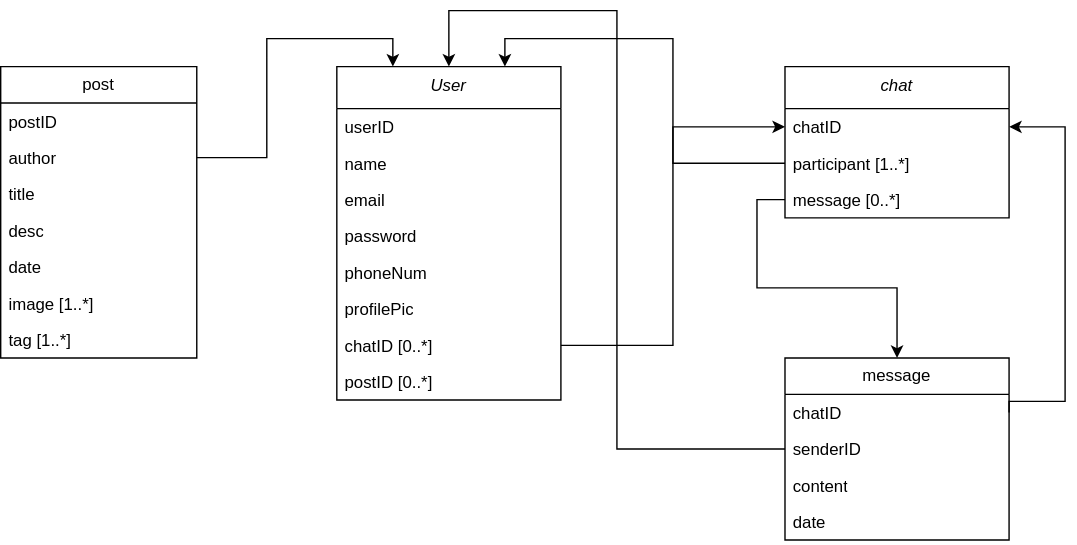
Above: PetConnect Diagram.svg in AhmadTripleA/SE-Diagrams (draw.io), before the change. Source tidied: cells renumbered, new cells last; positions are measured from the earlier drawing's top-left corner, leaving out a move shared by most shapes.
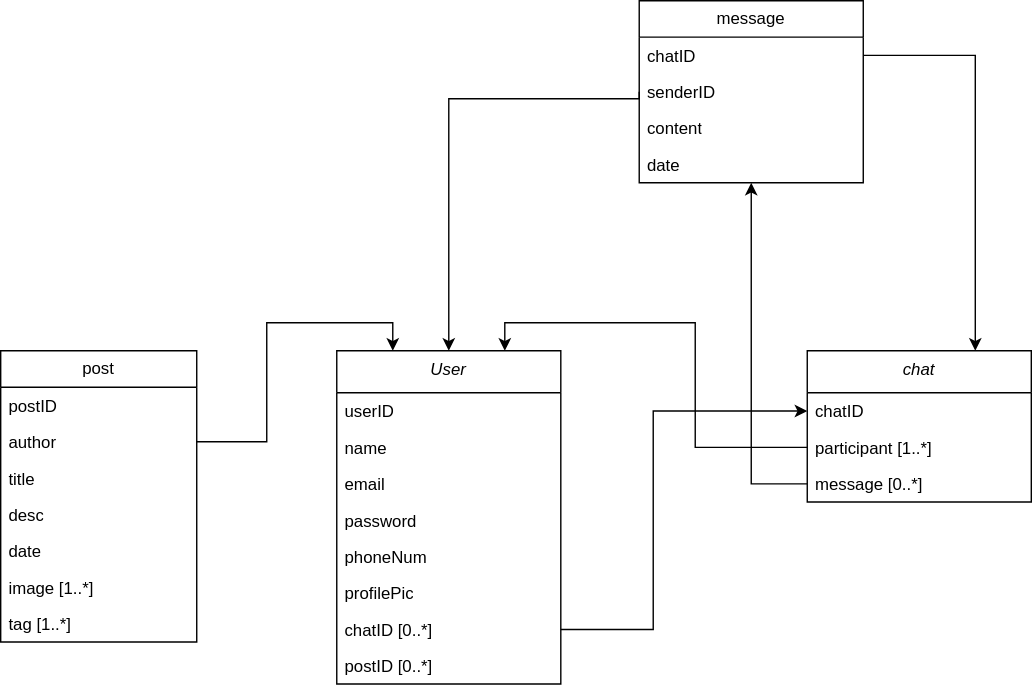
After the commit.

Diff of the diagram source:
```diff
@@ -3,7 +3,7 @@
     <mxCell id="0" />
     <mxCell id="1" parent="0" />
     <mxCell id="2" value="&lt;i style=&quot;font-weight: normal;&quot;&gt;User&lt;/i&gt;" style="swimlane;fontStyle=1;align=center;verticalAlign=top;horizontal=1;startSize=30;whiteSpace=wrap;html=1;" parent="1" vertex="1">
-      <mxGeometry x="240" y="40" width="160" height="238" as="geometry" />
+      <mxGeometry x="240" y="140" width="160" height="238" as="geometry" />
     </mxCell>
     <mxCell id="3" value="userID" style="text;strokeColor=none;fillColor=none;align=left;verticalAlign=top;spacingLeft=4;spacingRight=4;overflow=hidden;whiteSpace=wrap;html=1;" parent="2" vertex="1">
       <mxGeometry y="30" width="160" height="26" as="geometry" />
@@ -30,7 +30,7 @@
       <mxGeometry y="212" width="160" height="26" as="geometry" />
     </mxCell>
     <mxCell id="11" value="&lt;i style=&quot;font-weight: normal;&quot;&gt;chat&lt;/i&gt;" style="swimlane;fontStyle=1;align=center;verticalAlign=top;horizontal=1;startSize=30;whiteSpace=wrap;html=1;" parent="1" vertex="1">
-      <mxGeometry x="560" y="40" width="160" height="108" as="geometry" />
+      <mxGeometry x="576" y="140" width="160" height="108" as="geometry" />
     </mxCell>
     <mxCell id="12" value="chatID" style="text;strokeColor=none;fillColor=none;align=left;verticalAlign=top;spacingLeft=4;spacingRight=4;overflow=hidden;points=[[0,0.5],[1,0.5]];portConstraint=eastwest;whiteSpace=wrap;html=1;" parent="11" vertex="1">
       <mxGeometry y="30" width="160" height="26" as="geometry" />
@@ -42,10 +42,15 @@
       <mxGeometry y="82" width="160" height="26" as="geometry" />
     </mxCell>
     <mxCell id="15" style="edgeStyle=orthogonalEdgeStyle;rounded=0;jettySize=auto;html=1;exitX=1;exitY=0.5;exitDx=0;exitDy=0;" parent="1" edge="1" source="9" target="12">
-      <mxGeometry relative="1" as="geometry" />
+      <mxGeometry relative="1" as="geometry">
+        <Array as="points">
+          <mxPoint x="466" y="339" />
+          <mxPoint x="466" y="183" />
+        </Array>
+      </mxGeometry>
     </mxCell>
     <mxCell id="16" value="message" style="swimlane;fontStyle=0;horizontal=1;startSize=26;fillColor=none;whiteSpace=wrap;html=1;" parent="1" vertex="1">
-      <mxGeometry x="560" y="248" width="160" height="130" as="geometry" />
+      <mxGeometry x="456" y="-110" width="160" height="130" as="geometry" />
     </mxCell>
     <mxCell id="17" value="chatID" style="text;strokeColor=none;fillColor=none;align=left;verticalAlign=top;spacingLeft=4;spacingRight=4;overflow=hidden;points=[[0,0.5],[1,0.5]];portConstraint=eastwest;whiteSpace=wrap;html=1;" parent="16" vertex="1">
       <mxGeometry y="26" width="160" height="26" as="geometry" />
@@ -59,22 +64,20 @@
     <mxCell id="20" value="date" style="text;strokeColor=none;fillColor=none;align=left;verticalAlign=top;spacingLeft=4;spacingRight=4;overflow=hidden;whiteSpace=wrap;html=1;" parent="16" vertex="1">
       <mxGeometry y="104" width="160" height="26" as="geometry" />
     </mxCell>
-    <mxCell id="21" style="edgeStyle=orthogonalEdgeStyle;rounded=0;jettySize=auto;html=1;exitX=1;exitY=0.5;exitDx=0;exitDy=0;" parent="1" edge="1" source="17" target="12">
-      <mxGeometry relative="1" as="geometry">
-        <Array as="points">
-          <mxPoint x="760" y="279" />
-          <mxPoint x="760" y="83" />
-        </Array>
-      </mxGeometry>
-    </mxCell>
     <mxCell id="22" style="edgeStyle=orthogonalEdgeStyle;rounded=0;jettySize=auto;html=1;exitX=0;exitY=0.5;exitDx=0;exitDy=0;" parent="1" edge="1" source="14" target="16">
       <mxGeometry relative="1" as="geometry" />
     </mxCell>
     <mxCell id="23" style="edgeStyle=orthogonalEdgeStyle;rounded=0;jettySize=auto;html=1;exitX=0;exitY=0.5;exitDx=0;exitDy=0;entryX=0.75;entryY=0;entryDx=0;entryDy=0;" parent="1" edge="1" source="13" target="2">
-      <mxGeometry relative="1" as="geometry" />
+      <mxGeometry relative="1" as="geometry">
+        <Array as="points">
+          <mxPoint x="496" y="209" />
+          <mxPoint x="496" y="120" />
+          <mxPoint x="360" y="120" />
+        </Array>
+      </mxGeometry>
     </mxCell>
     <mxCell id="24" value="post" style="swimlane;fontStyle=0;horizontal=1;startSize=26;fillColor=none;whiteSpace=wrap;html=1;" parent="1" vertex="1">
-      <mxGeometry y="40" width="140" height="208" as="geometry" />
+      <mxGeometry y="140" width="140" height="208" as="geometry" />
     </mxCell>
     <mxCell id="25" value="postID" style="text;strokeColor=none;fillColor=none;align=left;verticalAlign=top;spacingLeft=4;spacingRight=4;overflow=hidden;whiteSpace=wrap;html=1;" parent="24" vertex="1">
       <mxGeometry y="26" width="140" height="26" as="geometry" />
@@ -100,20 +103,22 @@
     <mxCell id="32" style="edgeStyle=orthogonalEdgeStyle;rounded=0;jettySize=auto;html=1;exitX=1;exitY=0.5;exitDx=0;exitDy=0;entryX=0.25;entryY=0;entryDx=0;entryDy=0;" parent="1" edge="1" source="26" target="2">
       <mxGeometry relative="1" as="geometry">
         <Array as="points">
-          <mxPoint x="190" y="105" />
-          <mxPoint x="190" y="20" />
-          <mxPoint x="280" y="20" />
+          <mxPoint x="190" y="205" />
+          <mxPoint x="190" y="120" />
+          <mxPoint x="280" y="120" />
         </Array>
       </mxGeometry>
     </mxCell>
     <mxCell id="33" style="edgeStyle=orthogonalEdgeStyle;rounded=0;jettySize=auto;html=1;exitX=0;exitY=0.5;exitDx=0;exitDy=0;entryX=0.5;entryY=0;entryDx=0;entryDy=0;" parent="1" edge="1" source="18" target="2">
       <mxGeometry relative="1" as="geometry">
         <Array as="points">
-          <mxPoint x="440" y="313" />
-          <mxPoint x="440" />
-          <mxPoint x="320" />
+          <mxPoint x="456" y="-40" />
+          <mxPoint x="320" y="-40" />
         </Array>
       </mxGeometry>
     </mxCell>
+    <mxCell id="34" style="edgeStyle=orthogonalEdgeStyle;rounded=0;jettySize=auto;html=1;exitX=1;exitY=0.5;exitDx=0;exitDy=0;entryX=0.75;entryY=0;entryDx=0;entryDy=0;" parent="1" edge="1" source="17" target="11">
+      <mxGeometry relative="1" as="geometry" />
+    </mxCell>
   </root>
 </mxGraphModel>
```
